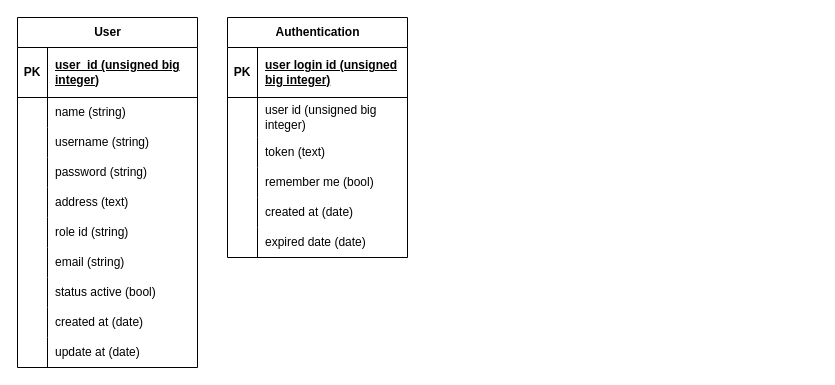
This is ITS Risk Guardian.drawio from Dimasariza/its_risk_guardian, a draw.io file, before an edit. Source tidied: cells renumbered, new cells numbered last; positions are measured from the earlier drawing's top-left corner, leaving out a move shared by most shapes. Both pictures are drawn from the tidied source at 100%, with x=0, y=0 at pixel (17, 17).
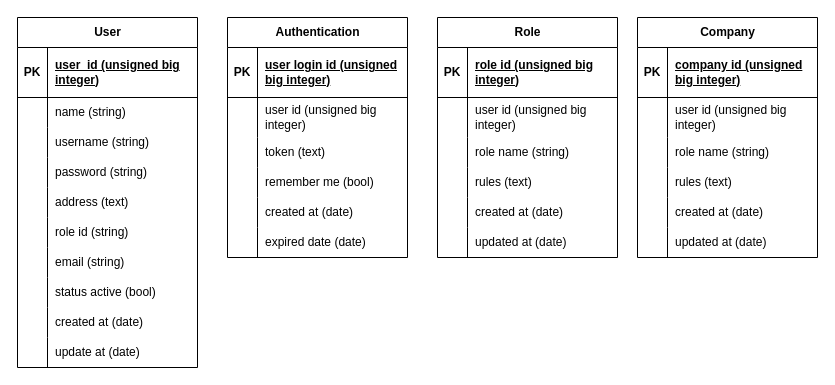
The same page after the edit.

Change to the diagram source:
```diff
@@
+    <mxCell id="52" value="Role" style="shape=table;startSize=30;childLayout=tableLayout;rowLines=0;fontStyle=1;align=center;html=1;" parent="1" vertex="1">
+      <mxGeometry x="420" width="180" height="240" as="geometry" />
+    </mxCell>
+    <mxCell id="53" style="shape=tableRow;horizontal=0;startSize=0;swimlaneHead=0;swimlaneBody=0;fillColor=none;top=0;left=0;right=0;bottom=1;" parent="52" vertex="1">
+      <mxGeometry y="30" width="180" height="50" as="geometry" />
+    </mxCell>
+    <mxCell id="54" value="PK" style="shape=partialRectangle;fillColor=none;top=0;left=0;bottom=0;right=0;fontStyle=1;overflow=hidden;whiteSpace=wrap;html=1;" parent="53" vertex="1">
+      <mxGeometry width="30" height="50" as="geometry" />
+    </mxCell>
+    <mxCell id="55" value="role id (unsigned big integer)" style="shape=partialRectangle;fillColor=none;top=0;left=0;bottom=0;right=0;align=left;spacingLeft=6;fontStyle=5;overflow=hidden;whiteSpace=wrap;html=1;" parent="53" vertex="1">
+      <mxGeometry x="30" width="150" height="50" as="geometry" />
+    </mxCell>
+    <mxCell id="56" style="shape=tableRow;horizontal=0;startSize=0;swimlaneHead=0;swimlaneBody=0;fillColor=none;top=0;left=0;right=0;bottom=0;" parent="52" vertex="1">
+      <mxGeometry y="80" width="180" height="40" as="geometry" />
+    </mxCell>
+    <mxCell id="57" style="shape=partialRectangle;fillColor=none;top=0;left=0;bottom=0;right=0;overflow=hidden;whiteSpace=wrap;html=1;" parent="56" vertex="1">
+      <mxGeometry width="30" height="40" as="geometry" />
+    </mxCell>
+    <mxCell id="58" value="user id (unsigned big integer)" style="shape=partialRectangle;fillColor=none;top=0;left=0;bottom=0;right=0;align=left;spacingLeft=6;overflow=hidden;whiteSpace=wrap;html=1;" parent="56" vertex="1">
+      <mxGeometry x="30" width="150" height="40" as="geometry" />
+    </mxCell>
+    <mxCell id="59" style="shape=tableRow;horizontal=0;startSize=0;swimlaneHead=0;swimlaneBody=0;fillColor=none;top=0;left=0;right=0;bottom=0;" parent="52" vertex="1">
+      <mxGeometry y="120" width="180" height="30" as="geometry" />
+    </mxCell>
+    <mxCell id="60" style="shape=partialRectangle;fillColor=none;top=0;left=0;bottom=0;right=0;overflow=hidden;whiteSpace=wrap;html=1;" parent="59" vertex="1">
+      <mxGeometry width="30" height="30" as="geometry" />
+    </mxCell>
+    <mxCell id="61" value="role name (string)" style="shape=partialRectangle;fillColor=none;top=0;left=0;bottom=0;right=0;align=left;spacingLeft=6;overflow=hidden;whiteSpace=wrap;html=1;" parent="59" vertex="1">
+      <mxGeometry x="30" width="150" height="30" as="geometry" />
+    </mxCell>
+    <mxCell id="62" style="shape=tableRow;horizontal=0;startSize=0;swimlaneHead=0;swimlaneBody=0;fillColor=none;top=0;left=0;right=0;bottom=0;" parent="52" vertex="1">
+      <mxGeometry y="150" width="180" height="30" as="geometry" />
+    </mxCell>
+    <mxCell id="63" style="shape=partialRectangle;fillColor=none;top=0;left=0;bottom=0;right=0;overflow=hidden;whiteSpace=wrap;html=1;" parent="62" vertex="1">
+      <mxGeometry width="30" height="30" as="geometry" />
+    </mxCell>
+    <mxCell id="64" value="rules (text)" style="shape=partialRectangle;fillColor=none;top=0;left=0;bottom=0;right=0;align=left;spacingLeft=6;overflow=hidden;whiteSpace=wrap;html=1;" parent="62" vertex="1">
+      <mxGeometry x="30" width="150" height="30" as="geometry" />
+    </mxCell>
+    <mxCell id="65" style="shape=tableRow;horizontal=0;startSize=0;swimlaneHead=0;swimlaneBody=0;fillColor=none;top=0;left=0;right=0;bottom=0;" parent="52" vertex="1">
+      <mxGeometry y="180" width="180" height="30" as="geometry" />
+    </mxCell>
+    <mxCell id="66" style="shape=partialRectangle;fillColor=none;top=0;left=0;bottom=0;right=0;overflow=hidden;whiteSpace=wrap;html=1;" parent="65" vertex="1">
+      <mxGeometry width="30" height="30" as="geometry" />
+    </mxCell>
+    <mxCell id="67" value="created at (date)" style="shape=partialRectangle;fillColor=none;top=0;left=0;bottom=0;right=0;align=left;spacingLeft=6;overflow=hidden;whiteSpace=wrap;html=1;" parent="65" vertex="1">
+      <mxGeometry x="30" width="150" height="30" as="geometry" />
+    </mxCell>
+    <mxCell id="68" style="shape=tableRow;horizontal=0;startSize=0;swimlaneHead=0;swimlaneBody=0;fillColor=none;top=0;left=0;right=0;bottom=0;" parent="52" vertex="1">
+      <mxGeometry y="210" width="180" height="30" as="geometry" />
+    </mxCell>
+    <mxCell id="69" style="shape=partialRectangle;fillColor=none;top=0;left=0;bottom=0;right=0;overflow=hidden;whiteSpace=wrap;html=1;" parent="68" vertex="1">
+      <mxGeometry width="30" height="30" as="geometry" />
+    </mxCell>
+    <mxCell id="70" value="updated at (date)" style="shape=partialRectangle;fillColor=none;top=0;left=0;bottom=0;right=0;align=left;spacingLeft=6;overflow=hidden;whiteSpace=wrap;html=1;" parent="68" vertex="1">
+      <mxGeometry x="30" width="150" height="30" as="geometry" />
+    </mxCell>
+    <mxCell id="71" value="Company" style="shape=table;startSize=30;childLayout=tableLayout;rowLines=0;fontStyle=1;align=center;html=1;" parent="1" vertex="1">
+      <mxGeometry x="620" width="180" height="240" as="geometry" />
+    </mxCell>
+    <mxCell id="72" style="shape=tableRow;horizontal=0;startSize=0;swimlaneHead=0;swimlaneBody=0;fillColor=none;top=0;left=0;right=0;bottom=1;" parent="71" vertex="1">
+      <mxGeometry y="30" width="180" height="50" as="geometry" />
+    </mxCell>
+    <mxCell id="73" value="PK" style="shape=partialRectangle;fillColor=none;top=0;left=0;bottom=0;right=0;fontStyle=1;overflow=hidden;whiteSpace=wrap;html=1;" parent="72" vertex="1">
+      <mxGeometry width="30" height="50" as="geometry" />
+    </mxCell>
+    <mxCell id="74" value="company id (unsigned big integer)" style="shape=partialRectangle;fillColor=none;top=0;left=0;bottom=0;right=0;align=left;spacingLeft=6;fontStyle=5;overflow=hidden;whiteSpace=wrap;html=1;" parent="72" vertex="1">
+      <mxGeometry x="30" width="150" height="50" as="geometry" />
+    </mxCell>
+    <mxCell id="75" style="shape=tableRow;horizontal=0;startSize=0;swimlaneHead=0;swimlaneBody=0;fillColor=none;top=0;left=0;right=0;bottom=0;" parent="71" vertex="1">
+      <mxGeometry y="80" width="180" height="40" as="geometry" />
+    </mxCell>
+    <mxCell id="76" style="shape=partialRectangle;fillColor=none;top=0;left=0;bottom=0;right=0;overflow=hidden;whiteSpace=wrap;html=1;" parent="75" vertex="1">
+      <mxGeometry width="30" height="40" as="geometry" />
+    </mxCell>
+    <mxCell id="77" value="user id (unsigned big integer)" style="shape=partialRectangle;fillColor=none;top=0;left=0;bottom=0;right=0;align=left;spacingLeft=6;overflow=hidden;whiteSpace=wrap;html=1;" parent="75" vertex="1">
+      <mxGeometry x="30" width="150" height="40" as="geometry" />
+    </mxCell>
+    <mxCell id="78" style="shape=tableRow;horizontal=0;startSize=0;swimlaneHead=0;swimlaneBody=0;fillColor=none;top=0;left=0;right=0;bottom=0;" parent="71" vertex="1">
+      <mxGeometry y="120" width="180" height="30" as="geometry" />
+    </mxCell>
+    <mxCell id="79" style="shape=partialRectangle;fillColor=none;top=0;left=0;bottom=0;right=0;overflow=hidden;whiteSpace=wrap;html=1;" parent="78" vertex="1">
+      <mxGeometry width="30" height="30" as="geometry" />
+    </mxCell>
+    <mxCell id="80" value="role name (string)" style="shape=partialRectangle;fillColor=none;top=0;left=0;bottom=0;right=0;align=left;spacingLeft=6;overflow=hidden;whiteSpace=wrap;html=1;" parent="78" vertex="1">
+      <mxGeometry x="30" width="150" height="30" as="geometry" />
+    </mxCell>
+    <mxCell id="81" style="shape=tableRow;horizontal=0;startSize=0;swimlaneHead=0;swimlaneBody=0;fillColor=none;top=0;left=0;right=0;bottom=0;" parent="71" vertex="1">
+      <mxGeometry y="150" width="180" height="30" as="geometry" />
+    </mxCell>
+    <mxCell id="82" style="shape=partialRectangle;fillColor=none;top=0;left=0;bottom=0;right=0;overflow=hidden;whiteSpace=wrap;html=1;" parent="81" vertex="1">
+      <mxGeometry width="30" height="30" as="geometry" />
+    </mxCell>
+    <mxCell id="83" value="rules (text)" style="shape=partialRectangle;fillColor=none;top=0;left=0;bottom=0;right=0;align=left;spacingLeft=6;overflow=hidden;whiteSpace=wrap;html=1;" parent="81" vertex="1">
+      <mxGeometry x="30" width="150" height="30" as="geometry" />
+    </mxCell>
+    <mxCell id="84" style="shape=tableRow;horizontal=0;startSize=0;swimlaneHead=0;swimlaneBody=0;fillColor=none;top=0;left=0;right=0;bottom=0;" parent="71" vertex="1">
+      <mxGeometry y="180" width="180" height="30" as="geometry" />
+    </mxCell>
+    <mxCell id="85" style="shape=partialRectangle;fillColor=none;top=0;left=0;bottom=0;right=0;overflow=hidden;whiteSpace=wrap;html=1;" parent="84" vertex="1">
+      <mxGeometry width="30" height="30" as="geometry" />
+    </mxCell>
+    <mxCell id="86" value="created at (date)" style="shape=partialRectangle;fillColor=none;top=0;left=0;bottom=0;right=0;align=left;spacingLeft=6;overflow=hidden;whiteSpace=wrap;html=1;" parent="84" vertex="1">
+      <mxGeometry x="30" width="150" height="30" as="geometry" />
+    </mxCell>
+    <mxCell id="87" style="shape=tableRow;horizontal=0;startSize=0;swimlaneHead=0;swimlaneBody=0;fillColor=none;top=0;left=0;right=0;bottom=0;" parent="71" vertex="1">
+      <mxGeometry y="210" width="180" height="30" as="geometry" />
+    </mxCell>
+    <mxCell id="88" style="shape=partialRectangle;fillColor=none;top=0;left=0;bottom=0;right=0;overflow=hidden;whiteSpace=wrap;html=1;" parent="87" vertex="1">
+      <mxGeometry width="30" height="30" as="geometry" />
+    </mxCell>
+    <mxCell id="89" value="updated at (date)" style="shape=partialRectangle;fillColor=none;top=0;left=0;bottom=0;right=0;align=left;spacingLeft=6;overflow=hidden;whiteSpace=wrap;html=1;" parent="87" vertex="1">
+      <mxGeometry x="30" width="150" height="30" as="geometry" />
+    </mxCell>
```
